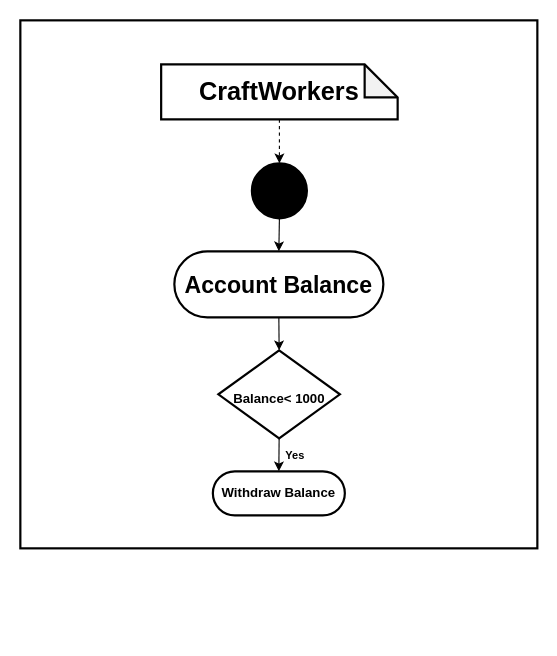
Earlier version of the draw.io diagram page "Page-7" (7 of 7) of activity_diagram.drawio (Fatema-A-Ferdaus/se231). Source tidied: cells renumbered, new cells numbered last; positions are measured from the earlier drawing's top-left corner, leaving out a move shared by most shapes. Both pictures are drawn from the tidied source at 110%, with x=0, y=0 at pixel (20, 20).
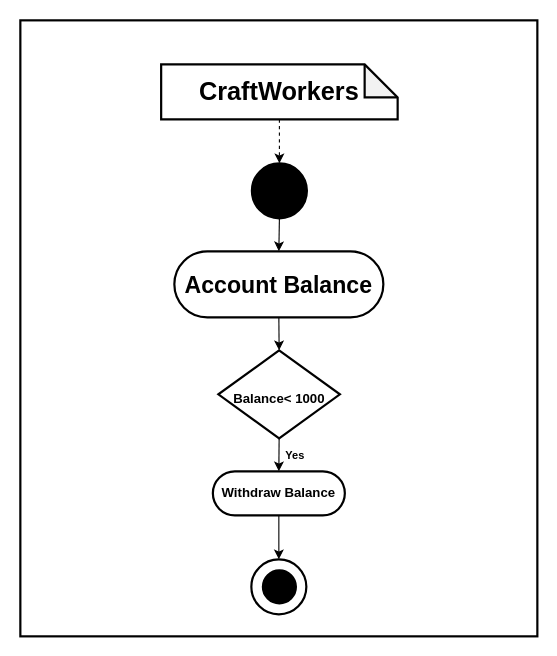
Above is the later version.

The edit, as a diff of the source:
```diff
@@
 <mxGraphModel>
   <root>
     <mxCell id="0" />
     <mxCell id="1" parent="0" />
     <mxCell id="2" value="&lt;b&gt;&lt;font style=&quot;font-size: 23px&quot;&gt;CraftWorkers&lt;/font&gt;&lt;/b&gt;" style="shape=note;whiteSpace=wrap;html=1;backgroundOutline=1;darkOpacity=0.05;rounded=1;fontSize=18;strokeWidth=2;fillColor=none;" parent="1" vertex="1">
       <mxGeometry x="128" y="40" width="215" height="50" as="geometry" />
     </mxCell>
     <mxCell id="3" style="ellipse;whiteSpace=wrap;html=1;rounded=1;fontSize=23;strokeWidth=2;fillColor=#000000;" parent="1" vertex="1">
       <mxGeometry x="210.5" y="130" width="50" height="50" as="geometry" />
     </mxCell>
     <mxCell id="4" style="endArrow=classic;html=1;rounded=0;fontSize=23;entryX=0.5;entryY=0;entryDx=0;entryDy=0;exitX=0.5;exitY=1;exitDx=0;exitDy=0;exitPerimeter=0;dashed=1;" parent="1" edge="1" source="2" target="3">
       <mxGeometry relative="1" as="geometry" />
     </mxCell>
     <mxCell id="5" value="&lt;font size=&quot;1&quot;&gt;&lt;b style=&quot;font-size: 21px&quot;&gt;Account Balance&lt;/b&gt;&lt;/font&gt;" style="rounded=1;whiteSpace=wrap;html=1;fontSize=23;strokeWidth=2;fillColor=none;arcSize=50;" parent="1" vertex="1">
       <mxGeometry x="140" y="210" width="190" height="60" as="geometry" />
     </mxCell>
     <mxCell id="6" style="endArrow=classic;html=1;rounded=0;fontSize=21;entryX=0.5;entryY=0;entryDx=0;entryDy=0;exitX=0.5;exitY=1;exitDx=0;exitDy=0;" parent="1" edge="1" source="3" target="5">
       <mxGeometry relative="1" as="geometry" />
     </mxCell>
     <mxCell id="7" value="&lt;b&gt;&lt;font style=&quot;font-size: 12px&quot;&gt;Balance&amp;lt; 1000&lt;/font&gt;&lt;/b&gt;" style="rhombus;whiteSpace=wrap;html=1;rounded=0;fontSize=21;strokeWidth=2;fillColor=none;" parent="1" vertex="1">
       <mxGeometry x="180" y="300" width="110.5" height="80" as="geometry" />
     </mxCell>
     <mxCell id="8" style="endArrow=classic;html=1;rounded=0;fontSize=12;entryX=0.5;entryY=0;entryDx=0;entryDy=0;exitX=0.5;exitY=1;exitDx=0;exitDy=0;" parent="1" edge="1" source="5" target="7">
       <mxGeometry relative="1" as="geometry" />
     </mxCell>
     <mxCell id="9" value="&lt;b&gt;Withdraw Balance&lt;/b&gt;" style="rounded=1;whiteSpace=wrap;html=1;fontSize=12;strokeWidth=2;fillColor=none;arcSize=50;" parent="1" vertex="1">
       <mxGeometry x="175" y="410" width="120" height="40" as="geometry" />
     </mxCell>
     <mxCell id="10" style="endArrow=classic;html=1;rounded=0;fontSize=12;exitX=0.5;exitY=1;exitDx=0;exitDy=0;entryX=0.5;entryY=0;entryDx=0;entryDy=0;" parent="1" edge="1" source="7" target="9">
       <mxGeometry relative="1" as="geometry" />
     </mxCell>
     <mxCell id="11" value="&lt;b&gt;&lt;font style=&quot;font-size: 10px&quot;&gt;Yes&lt;/font&gt;&lt;/b&gt;" style="text;html=1;strokeColor=none;fillColor=none;align=center;verticalAlign=middle;whiteSpace=wrap;rounded=0;fontSize=12;" parent="1" vertex="1">
       <mxGeometry x="220" y="380" width="60" height="30" as="geometry" />
     </mxCell>
     <mxCell id="12" style="rounded=0;whiteSpace=wrap;html=1;fontSize=10;strokeWidth=2;fillColor=none;" parent="1" vertex="1">
-      <mxGeometry width="470" height="480" as="geometry" />
+      <mxGeometry width="470" height="560" as="geometry" />
     </mxCell>
+    <mxCell id="13" style="ellipse;whiteSpace=wrap;html=1;rounded=1;fontSize=23;strokeWidth=2;fillColor=none;" parent="1" vertex="1">
+      <mxGeometry x="210" y="490" width="50" height="50" as="geometry" />
+    </mxCell>
+    <mxCell id="14" style="ellipse;whiteSpace=wrap;html=1;rounded=1;fontSize=23;strokeWidth=2;fillColor=#000000;" parent="1" vertex="1">
+      <mxGeometry x="220.5" y="500" width="30" height="30" as="geometry" />
+    </mxCell>
+    <mxCell id="15" style="endArrow=classic;html=1;rounded=0;fontSize=10;entryX=0.5;entryY=0;entryDx=0;entryDy=0;exitX=0.5;exitY=1;exitDx=0;exitDy=0;" parent="1" edge="1" source="9" target="13">
+      <mxGeometry relative="1" as="geometry" />
+    </mxCell>
   </root>
 </mxGraphModel>
```
